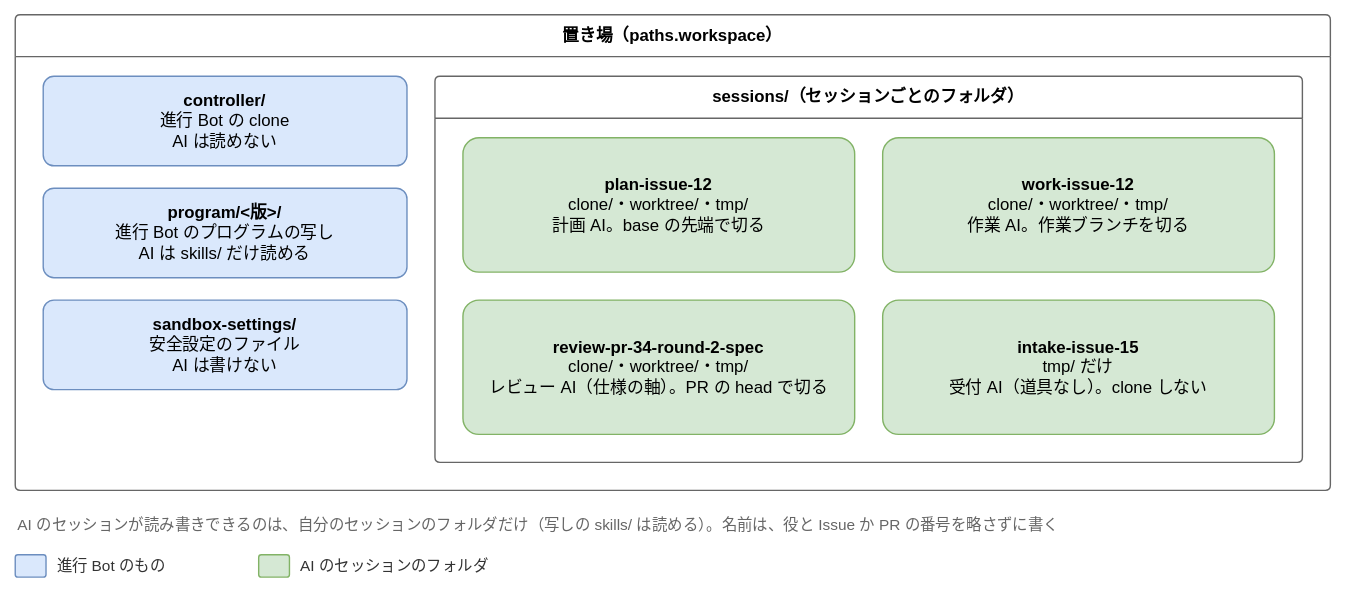
The draw.io diagram docs/design/basic/diagrams/03-roles-and-workspaces.drawio.svg in Joymerrevent/dev-autopilot, before a commit. Source tidied: cells renumbered, new cells last; positions are measured from the earlier drawing's top-left corner, leaving out a move shared by most shapes.
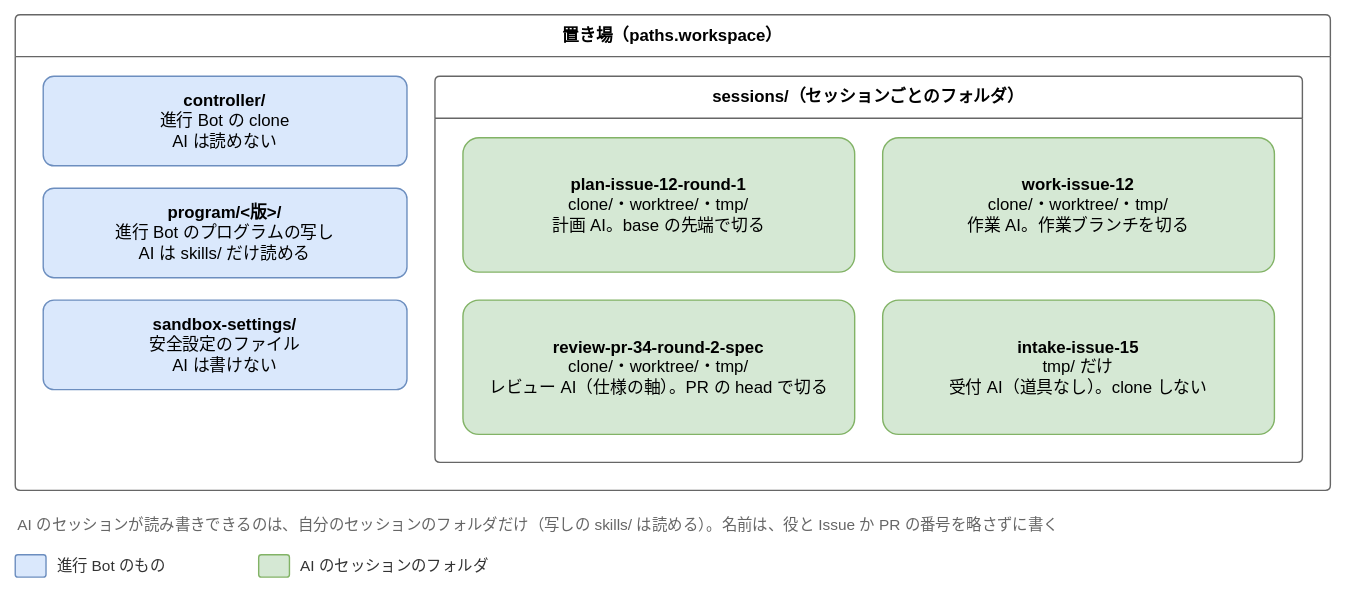
The same file after the commit.

Diff of the diagram source:
```diff
@@ -17,7 +17,7 @@
     <mxCell id="6" value="sessions/（セッションごとのフォルダ）" style="swimlane;startSize=30;html=1;whiteSpace=wrap;rounded=1;arcSize=4;fontStyle=1;fontSize=12;strokeColor=#666666;fillColor=none;swimlaneFillColor=none;" parent="1" vertex="1">
       <mxGeometry x="300" y="44" width="620" height="276" as="geometry" />
     </mxCell>
-    <mxCell id="7" value="&lt;b&gt;plan-issue-12&lt;/b&gt;&lt;br&gt;clone/・worktree/・tmp/&lt;br&gt;計画 AI。base の先端で切る" style="rounded=1;whiteSpace=wrap;html=1;fontSize=12;arcSize=12;spacing=12;fillColor=#d5e8d4;strokeColor=#82b366;" parent="6" vertex="1">
+    <mxCell id="7" value="&lt;b&gt;plan-issue-12-round-1&lt;/b&gt;&lt;br&gt;clone/・worktree/・tmp/&lt;br&gt;計画 AI。base の先端で切る" style="rounded=1;whiteSpace=wrap;html=1;fontSize=12;arcSize=12;spacing=12;fillColor=#d5e8d4;strokeColor=#82b366;" parent="6" vertex="1">
       <mxGeometry x="20" y="44" width="280" height="96" as="geometry" />
     </mxCell>
     <mxCell id="8" value="&lt;b&gt;work-issue-12&lt;/b&gt;&lt;br&gt;clone/・worktree/・tmp/&lt;br&gt;作業 AI。作業ブランチを切る" style="rounded=1;whiteSpace=wrap;html=1;fontSize=12;arcSize=12;spacing=12;fillColor=#d5e8d4;strokeColor=#82b366;" parent="6" vertex="1">
```
